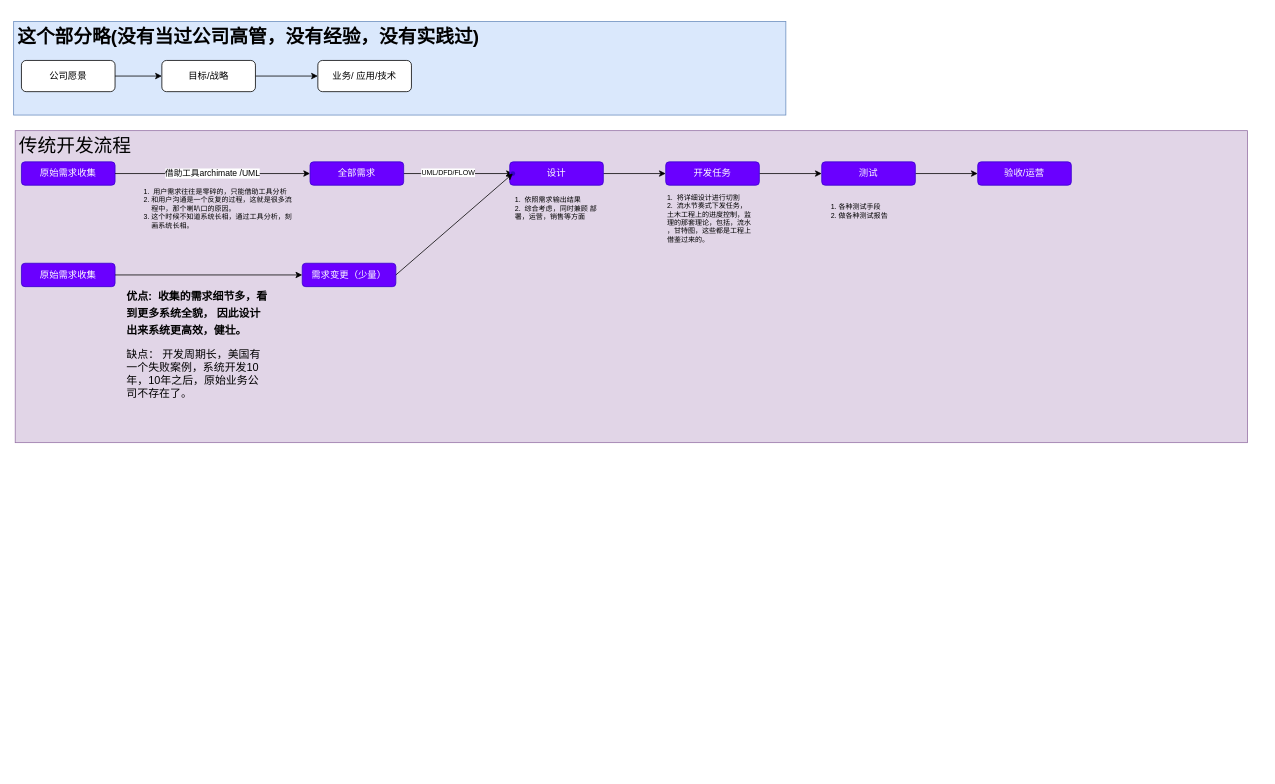
Evan2698/WorkFlowItem keeps this draw.io diagram as 什么.drawio. Above is the earlier version. Source tidied: cells renumbered, new cells numbered last; positions are measured from the earlier drawing's top-left corner, leaving out a move shared by most shapes. Both pictures are drawn from the tidied source at 78%, with x=0, y=0 at pixel (13, 21).
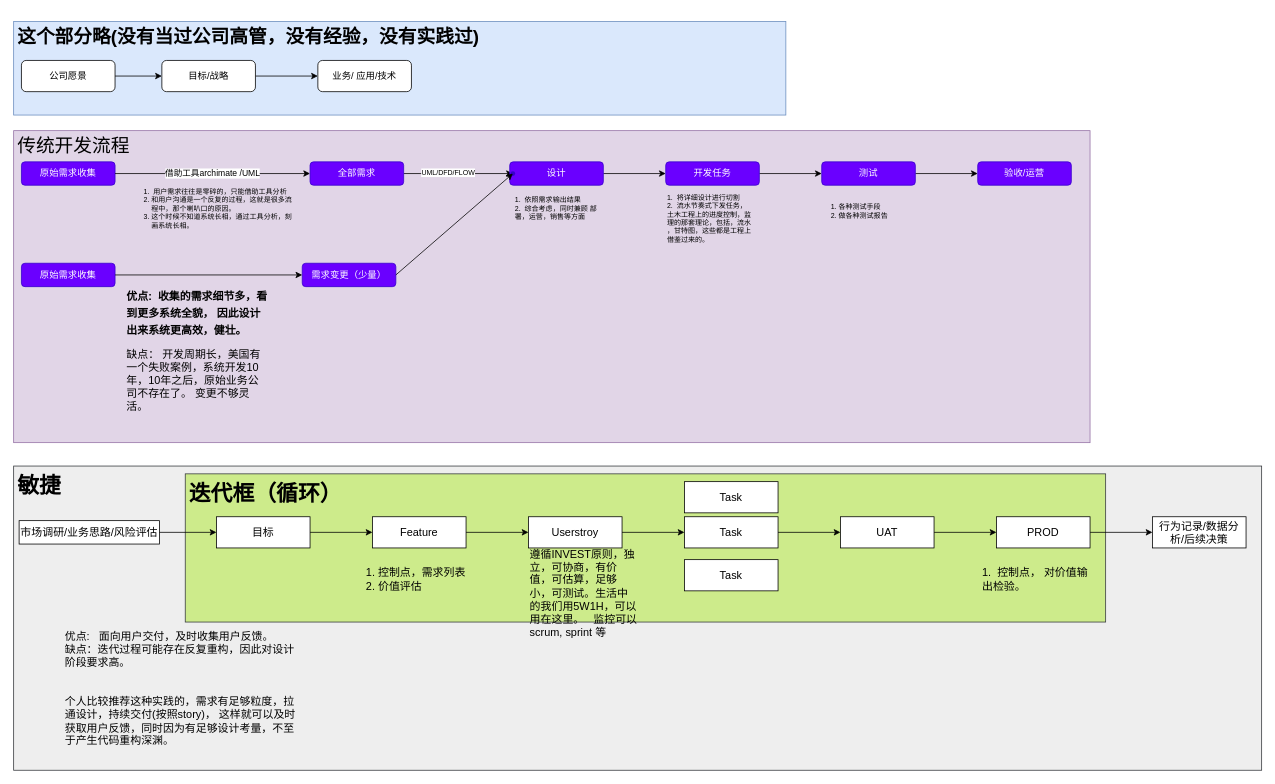
Above is the later version.

The edit, as a diff of the source:
```diff
@@
+    <mxCell id="31" value="&lt;h1&gt;敏捷&lt;/h1&gt;" style="text;html=1;strokeColor=#36393d;fillColor=#eeeeee;spacing=5;spacingTop=-20;whiteSpace=wrap;overflow=hidden;rounded=0;fontSize=14;" parent="1" vertex="1">
+      <mxGeometry y="570" width="1600" height="390" as="geometry" />
+    </mxCell>
     <mxCell id="2" value="&lt;h1&gt;&lt;span style=&quot;font-weight: 400; text-align: center;&quot;&gt;&lt;font style=&quot;font-size: 24px;&quot;&gt;传统开发流程&lt;/font&gt;&lt;/span&gt;&lt;br&gt;&lt;/h1&gt;" style="text;html=1;strokeColor=#9673a6;fillColor=#e1d5e7;spacing=5;spacingTop=-20;whiteSpace=wrap;overflow=hidden;rounded=0;" parent="1" vertex="1">
-      <mxGeometry x="2" y="140" width="1580" height="400" as="geometry" />
+      <mxGeometry y="140" width="1380" height="400" as="geometry" />
     </mxCell>
@@
-    <mxCell id="30" value="&lt;h1&gt;&lt;font style=&quot;font-size: 14px;&quot;&gt;优点:&amp;nbsp; 收集的需求细节多，看到更多系统全貌， 因此设计出来系统更高效，健壮。&lt;/font&gt;&lt;/h1&gt;&lt;div&gt;&lt;font style=&quot;font-size: 14px;&quot;&gt;缺点： 开发周期长，美国有一个失败案例，系统开发10年，10年之后，原始业务公司不存在了。&lt;/font&gt;&lt;/div&gt;" style="text;html=1;spacing=5;spacingTop=-20;whiteSpace=wrap;overflow=hidden;rounded=0;fontSize=9;" parent="1" vertex="1">
+    <mxCell id="30" value="&lt;h1&gt;&lt;font style=&quot;font-size: 14px;&quot;&gt;优点:&amp;nbsp; 收集的需求细节多，看到更多系统全貌， 因此设计出来系统更高效，健壮。&lt;/font&gt;&lt;/h1&gt;&lt;div&gt;&lt;font style=&quot;font-size: 14px;&quot;&gt;缺点： 开发周期长，美国有一个失败案例，系统开发10年，10年之后，原始业务公司不存在了。 变更不够灵活。&lt;/font&gt;&lt;/div&gt;" style="text;html=1;spacing=5;spacingTop=-20;whiteSpace=wrap;overflow=hidden;rounded=0;fontSize=9;" parent="1" vertex="1">
       <mxGeometry x="140" y="340" width="190" height="160" as="geometry" />
     </mxCell>
+    <mxCell id="32" value="&lt;h1&gt;迭代框（循环）&lt;/h1&gt;" style="text;html=1;strokeColor=#36393d;fillColor=#cdeb8b;spacing=5;spacingTop=-20;whiteSpace=wrap;overflow=hidden;rounded=0;fontSize=14;" parent="1" vertex="1">
+      <mxGeometry x="220" y="580" width="1180" height="190" as="geometry" />
+    </mxCell>
+    <mxCell id="33" value="市场调研/业务思路/风险评估" style="rounded=0;whiteSpace=wrap;html=1;fontSize=14;" parent="1" vertex="1">
+      <mxGeometry x="7" y="640" width="180" height="30" as="geometry" />
+    </mxCell>
+    <mxCell id="34" style="edgeStyle=orthogonalEdgeStyle;rounded=0;jettySize=auto;html=1;fontSize=14;" parent="1" edge="1" source="35" target="38">
+      <mxGeometry relative="1" as="geometry" />
+    </mxCell>
+    <mxCell id="35" value="目标" style="rounded=0;whiteSpace=wrap;html=1;fontSize=14;" parent="1" vertex="1">
+      <mxGeometry x="260" y="635" width="120" height="40" as="geometry" />
+    </mxCell>
+    <mxCell id="36" style="endArrow=classic;html=1;rounded=0;fontSize=14;exitX=1;exitY=0.5;exitDx=0;exitDy=0;entryX=0;entryY=0.5;entryDx=0;entryDy=0;" parent="1" edge="1" source="33" target="35">
+      <mxGeometry relative="1" as="geometry" />
+    </mxCell>
+    <mxCell id="37" style="edgeStyle=orthogonalEdgeStyle;rounded=0;jettySize=auto;html=1;fontSize=14;" parent="1" edge="1" source="38" target="39">
+      <mxGeometry relative="1" as="geometry" />
+    </mxCell>
+    <mxCell id="38" value="Feature" style="rounded=0;whiteSpace=wrap;html=1;fontSize=14;" parent="1" vertex="1">
+      <mxGeometry x="460" y="635" width="120" height="40" as="geometry" />
+    </mxCell>
+    <mxCell id="39" value="Userstroy" style="rounded=0;whiteSpace=wrap;html=1;fontSize=14;" parent="1" vertex="1">
+      <mxGeometry x="660" y="635" width="120" height="40" as="geometry" />
+    </mxCell>
+    <mxCell id="40" value="Task" style="rounded=0;whiteSpace=wrap;html=1;fontSize=14;" parent="1" vertex="1">
+      <mxGeometry x="860" y="690" width="120" height="40" as="geometry" />
+    </mxCell>
+    <mxCell id="41" value="Task" style="rounded=0;whiteSpace=wrap;html=1;fontSize=14;" parent="1" vertex="1">
+      <mxGeometry x="860" y="590" width="120" height="40" as="geometry" />
+    </mxCell>
+    <mxCell id="42" style="edgeStyle=orthogonalEdgeStyle;rounded=0;jettySize=auto;html=1;fontSize=14;" parent="1" edge="1" source="43" target="46">
+      <mxGeometry relative="1" as="geometry" />
+    </mxCell>
+    <mxCell id="43" value="Task" style="rounded=0;whiteSpace=wrap;html=1;fontSize=14;" parent="1" vertex="1">
+      <mxGeometry x="860" y="635" width="120" height="40" as="geometry" />
+    </mxCell>
+    <mxCell id="44" style="endArrow=classic;html=1;rounded=0;fontSize=14;entryX=0;entryY=0.5;entryDx=0;entryDy=0;exitX=1;exitY=0.5;exitDx=0;exitDy=0;" parent="1" edge="1" source="39" target="43">
+      <mxGeometry relative="1" as="geometry" />
+    </mxCell>
+    <mxCell id="45" style="edgeStyle=orthogonalEdgeStyle;rounded=0;jettySize=auto;html=1;fontSize=14;" parent="1" edge="1" source="46" target="48">
+      <mxGeometry relative="1" as="geometry" />
+    </mxCell>
+    <mxCell id="46" value="UAT" style="rounded=0;whiteSpace=wrap;html=1;fontSize=14;" parent="1" vertex="1">
+      <mxGeometry x="1060" y="635" width="120" height="40" as="geometry" />
+    </mxCell>
+    <mxCell id="47" style="edgeStyle=orthogonalEdgeStyle;rounded=0;jettySize=auto;html=1;fontSize=14;" parent="1" edge="1" source="48" target="49">
+      <mxGeometry relative="1" as="geometry" />
+    </mxCell>
+    <mxCell id="48" value="PROD" style="rounded=0;whiteSpace=wrap;html=1;fontSize=14;" parent="1" vertex="1">
+      <mxGeometry x="1260" y="635" width="120" height="40" as="geometry" />
+    </mxCell>
+    <mxCell id="49" value="行为记录/数据分析/后续决策" style="rounded=0;whiteSpace=wrap;html=1;fontSize=14;" parent="1" vertex="1">
+      <mxGeometry x="1460" y="635" width="120" height="40" as="geometry" />
+    </mxCell>
+    <mxCell id="50" value="&lt;div style=&quot;text-align: left;&quot;&gt;&lt;span style=&quot;background-color: initial;&quot;&gt;优点:&amp;nbsp; &amp;nbsp;面向用户交付，及时收集用户反馈。&lt;/span&gt;&lt;/div&gt;&lt;div style=&quot;text-align: left;&quot;&gt;&lt;span style=&quot;background-color: initial;&quot;&gt;缺点：迭代过程可能存在反复重构，因此对设计阶段要求高。&lt;/span&gt;&lt;/div&gt;&lt;div style=&quot;text-align: left;&quot;&gt;&lt;span style=&quot;background-color: initial;&quot;&gt;&lt;br&gt;&lt;/span&gt;&lt;/div&gt;&lt;div style=&quot;text-align: left;&quot;&gt;&lt;span style=&quot;background-color: initial;&quot;&gt;&lt;br&gt;&lt;/span&gt;&lt;/div&gt;&lt;div style=&quot;text-align: left;&quot;&gt;&lt;span style=&quot;background-color: initial;&quot;&gt;&lt;font style=&quot;font-size: 14px;&quot;&gt;个人比较推荐这种实践的，需求有足够粒度，拉通设计，持续交付(按照story)， 这样就可以及时获取用户反馈，同时因为有足够设计考量，不至于产生代码重构深渊。&lt;/font&gt;&lt;/span&gt;&lt;/div&gt;" style="text;html=1;strokeColor=none;fillColor=none;align=center;verticalAlign=middle;whiteSpace=wrap;rounded=0;fontSize=14;" parent="1" vertex="1">
+      <mxGeometry x="65" y="760" width="300" height="190" as="geometry" />
+    </mxCell>
+    <mxCell id="51" value="1. 控制点，需求列表&lt;br&gt;2. 价值评估" style="text;html=1;strokeColor=none;fillColor=none;align=left;verticalAlign=middle;whiteSpace=wrap;rounded=0;fontSize=14;" parent="1" vertex="1">
+      <mxGeometry x="450" y="680" width="140" height="70" as="geometry" />
+    </mxCell>
+    <mxCell id="52" value="1.&amp;nbsp; 控制点， 对价值输出检验。" style="text;html=1;strokeColor=none;fillColor=none;align=left;verticalAlign=middle;whiteSpace=wrap;rounded=0;fontSize=14;" parent="1" vertex="1">
+      <mxGeometry x="1240" y="680" width="140" height="70" as="geometry" />
+    </mxCell>
+    <mxCell id="53" value="遵循INVEST原则，独立，可协商，有价值，可估算，足够小，可测试。生活中的我们用5W1H，可以用在这里。&amp;nbsp; &amp;nbsp;监控可以scrum, sprint 等" style="text;html=1;strokeColor=none;fillColor=none;align=left;verticalAlign=middle;whiteSpace=wrap;rounded=0;fontSize=14;" parent="1" vertex="1">
+      <mxGeometry x="660" y="695" width="140" height="75" as="geometry" />
+    </mxCell>
```
